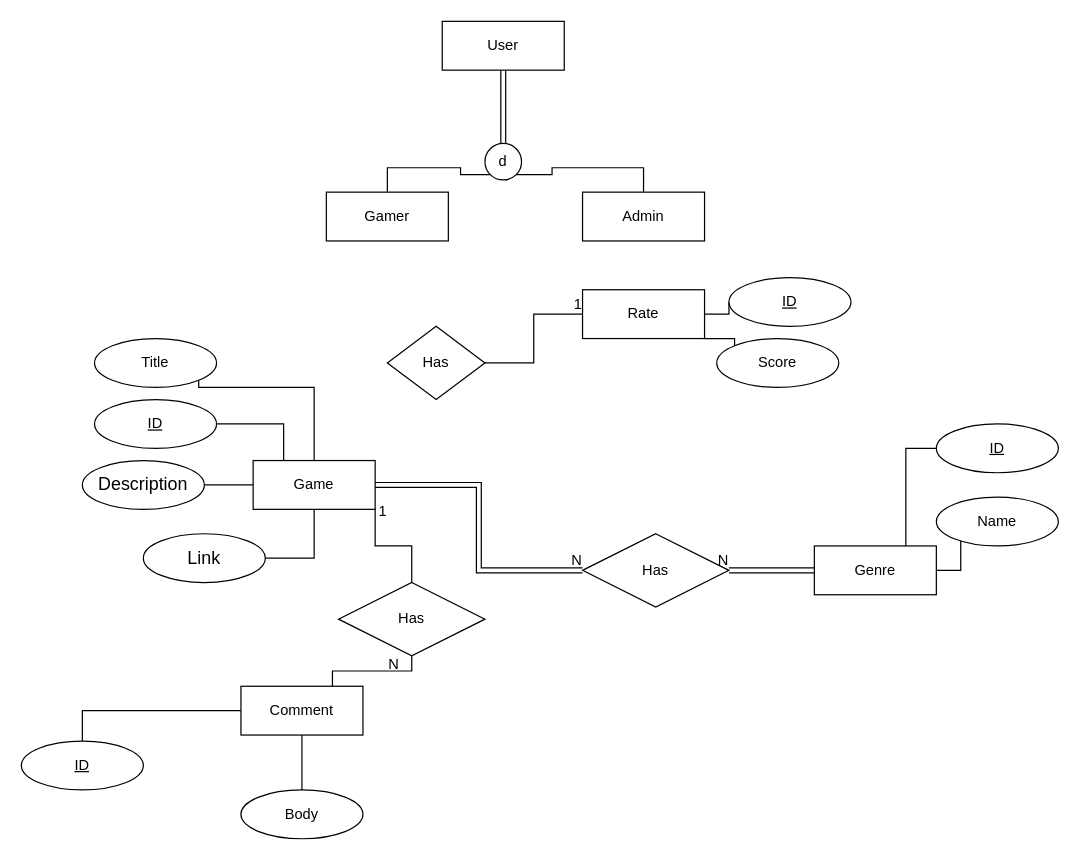
The draw.io diagram ER diagram.drawio in Dima-Kanawati/gameReview, before the edit. Source tidied: cells renumbered, new cells numbered last; positions are measured from the earlier drawing's top-left corner, leaving out a move shared by most shapes. Both pictures are drawn from the tidied source at 122%, with x=0, y=0 at pixel (21, 21).
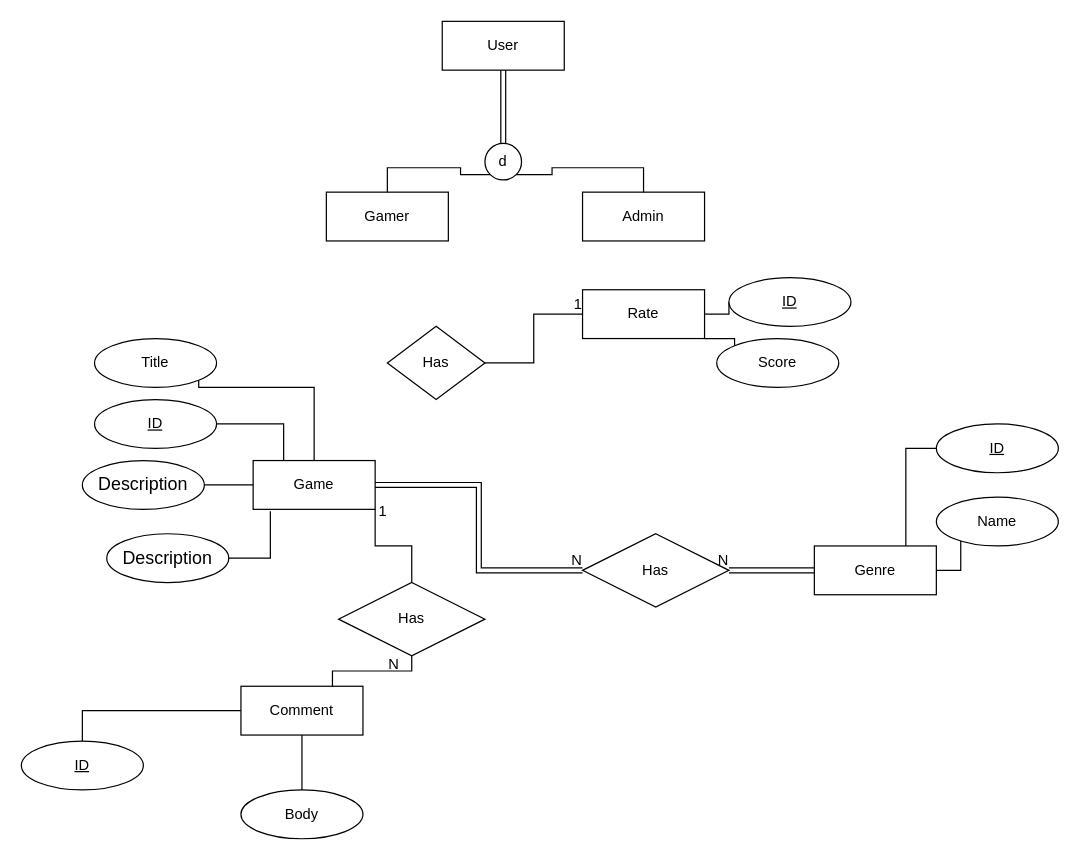
The same diagram, later.

Unchanged cells that the change refers to:
```xml
<mxCell id="3" value="Game" style="whiteSpace=wrap;html=1;align=center;" parent="1" vertex="1">
  <mxGeometry x="190" y="360" width="100" height="40" as="geometry" />
</mxCell>
```

The edit, as a diff of the source:
```diff
@@
-    <mxCell id="20" value="&lt;span id=&quot;docs-internal-guid-15a02921-7fff-73b6-25b9-fdd89c4ac5af&quot;&gt;&lt;span style=&quot;font-size: 11pt; font-family: Arial; background-color: transparent; font-variant-numeric: normal; font-variant-east-asian: normal; vertical-align: baseline;&quot;&gt;Description&lt;/span&gt;&lt;/span&gt;" style="ellipse;whiteSpace=wrap;html=1;align=center;" parent="1" vertex="1">
+    <mxCell id="20" value="&lt;span style=&quot;font-family: Arial; font-size: 14.6667px;&quot;&gt;Description&lt;/span&gt;" style="ellipse;whiteSpace=wrap;html=1;align=center;" parent="1" vertex="1">
       <mxGeometry x="50" y="360" width="100" height="40" as="geometry" />
     </mxCell>
-    <mxCell id="21" style="edgeStyle=orthogonalEdgeStyle;rounded=0;jettySize=auto;html=1;exitX=1;exitY=0.5;exitDx=0;exitDy=0;entryX=0.5;entryY=1;entryDx=0;entryDy=0;endArrow=none;endFill=0;" parent="1" edge="1" source="22" target="3">
-      <mxGeometry relative="1" as="geometry" />
-    </mxCell>
-    <mxCell id="22" value="&lt;span id=&quot;docs-internal-guid-15a02921-7fff-73b6-25b9-fdd89c4ac5af&quot;&gt;&lt;span style=&quot;font-size: 11pt; font-family: Arial; background-color: transparent; font-variant-numeric: normal; font-variant-east-asian: normal; vertical-align: baseline;&quot;&gt;Link&lt;/span&gt;&lt;/span&gt;" style="ellipse;whiteSpace=wrap;html=1;align=center;" parent="1" vertex="1">
-      <mxGeometry x="100" y="420" width="100" height="40" as="geometry" />
-    </mxCell>
@@
+    <mxCell id="46" style="edgeStyle=orthogonalEdgeStyle;rounded=0;jettySize=auto;html=1;exitX=1;exitY=0.5;exitDx=0;exitDy=0;entryX=0.141;entryY=1.039;entryDx=0;entryDy=0;entryPerimeter=0;endArrow=none;endFill=0;" parent="1" edge="1" source="47" target="3">
+      <mxGeometry relative="1" as="geometry" />
+    </mxCell>
+    <mxCell id="47" value="&lt;span style=&quot;font-family: Arial; font-size: 14.6667px;&quot;&gt;Description&lt;/span&gt;" style="ellipse;whiteSpace=wrap;html=1;align=center;" parent="1" vertex="1">
+      <mxGeometry x="70" y="420" width="100" height="40" as="geometry" />
+    </mxCell>
```
